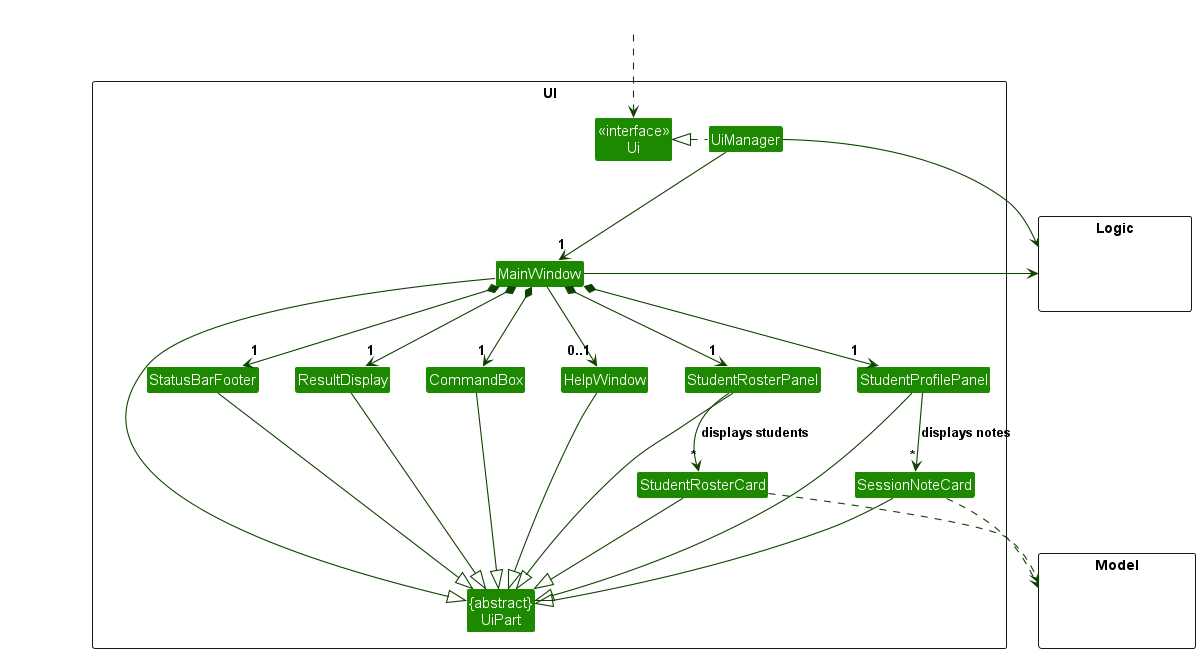
Before: docs/images/UiClassDiagram.png, a diagram exported from PlantUML (AY2627S1-CS2103T-F09-1/tp).
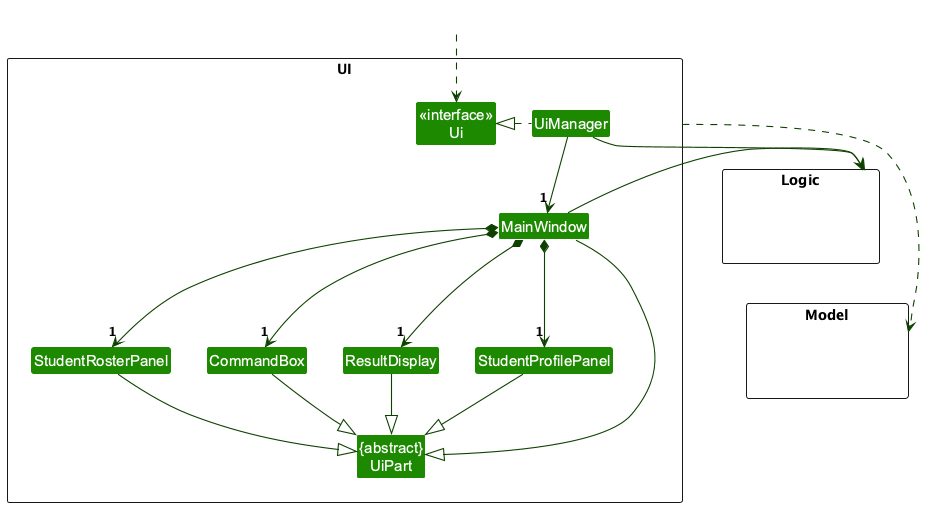
The same diagram one commit later.

Diff of the diagram source:
```diff
@@ -6,25 +6,21 @@
 
 package UI <<Rectangle>>{
 Class "<<interface>>\nUi" as Ui
-Class "{abstract}\nUiPart" as UiPart
 Class UiManager
 Class MainWindow
-Class HelpWindow
+Class StudentRosterPanel
+Class CommandBox
 Class ResultDisplay
-Class StudentRosterPanel
 Class StudentProfilePanel
-Class StudentRosterCard
-Class SessionNoteCard
-Class StatusBarFooter
-Class CommandBox
+Class "{abstract}\nUiPart" as UiPart
+}
+
+package Logic <<Rectangle>> {
+Class HiddenLogic #FFFFFF
 }
 
 package Model <<Rectangle>> {
 Class HiddenModel #FFFFFF
-}
-
-package Logic <<Rectangle>> {
-Class HiddenLogic #FFFFFF
 }
 
 Class HiddenOutside #FFFFFF
@@ -32,36 +28,24 @@
 
 UiManager .left.|> Ui
 UiManager -down-> "1" MainWindow
-MainWindow *-down->  "1" CommandBox
+UiManager -down-> Logic
+MainWindow -right-> Logic
+
+MainWindow *-down-> "1" StudentRosterPanel
+MainWindow *-down-> "1" CommandBox
 MainWindow *-down-> "1" ResultDisplay
-MainWindow *-down-> "1" StudentRosterPanel
 MainWindow *-down-> "1" StudentProfilePanel
-MainWindow *-down-> "1" StatusBarFooter
-MainWindow --> "0..1" HelpWindow
 
-StudentRosterPanel -down-> "*" StudentRosterCard : displays students
-StudentProfilePanel -down-> "*" SessionNoteCard : displays notes
+StudentRosterPanel -[hidden]right- CommandBox
+CommandBox -[hidden]right- ResultDisplay
+ResultDisplay -[hidden]right- StudentProfilePanel
 
-MainWindow -left-|> UiPart
+MainWindow -down-|> UiPart
+StudentRosterPanel -down-|> UiPart
+CommandBox -down-|> UiPart
+ResultDisplay -down-|> UiPart
+StudentProfilePanel -down-|> UiPart
 
-ResultDisplay --|> UiPart
-CommandBox --|> UiPart
-StudentRosterPanel --|> UiPart
-StudentProfilePanel --|> UiPart
-StudentRosterCard --|> UiPart
-SessionNoteCard --|> UiPart
-StatusBarFooter --|> UiPart
-HelpWindow --|> UiPart
-
-StudentRosterCard ..> Model
-SessionNoteCard ..> Model
-UiManager -right-> Logic
-MainWindow -left-> Logic
-
-StudentRosterPanel -[hidden]left- HelpWindow
-HelpWindow -[hidden]left- CommandBox
-CommandBox -[hidden]left- ResultDisplay
-ResultDisplay -[hidden]left- StatusBarFooter
-
-MainWindow -[hidden]-|> UiPart
+UI ..> Model
+Logic -[hidden]down- Model
 @enduml
```
